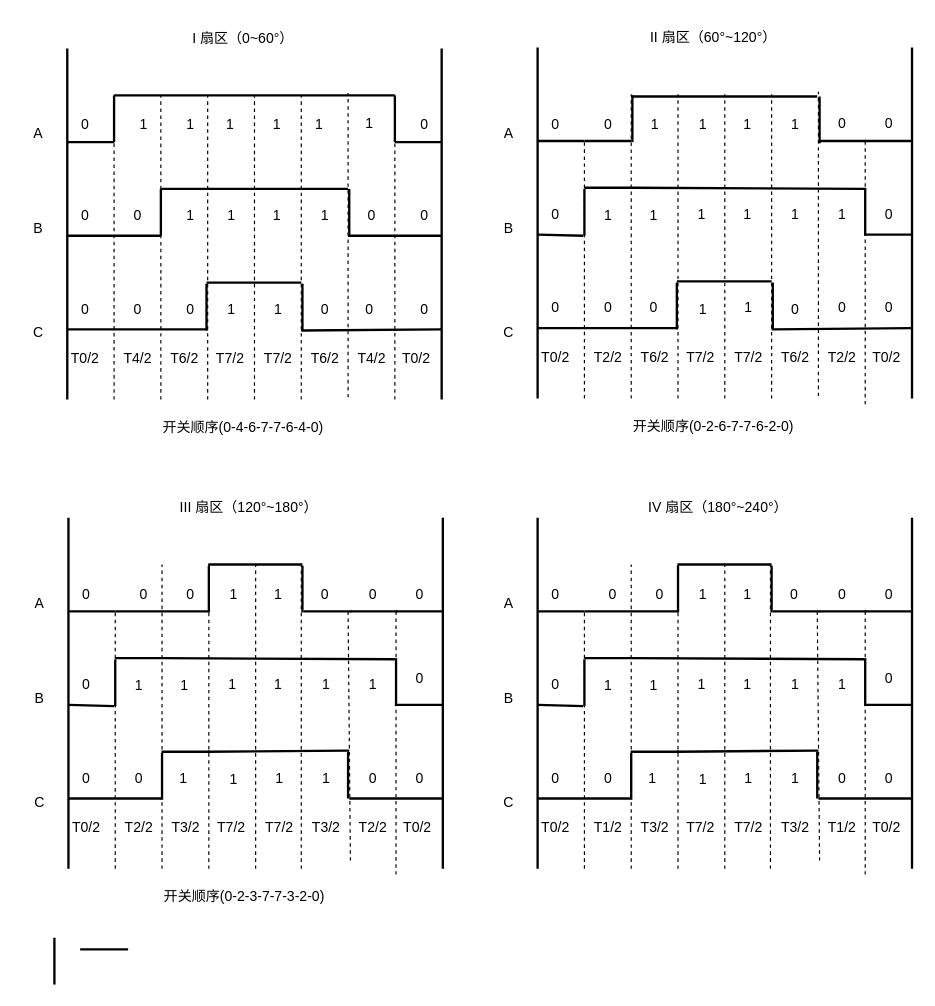
Vinson-001/Blog-flow-chart keeps this draw.io diagram as page "SVPWM 开关时序" (3 of 3) of SVPWM 脉冲调制.drawio. Above is the earlier version. Source tidied: cells renumbered, new cells numbered last; positions are measured from the earlier drawing's top-left corner, leaving out a move shared by most shapes. Both pictures are drawn from the tidied source at 117%, with x=0, y=0 at pixel (20, 20).
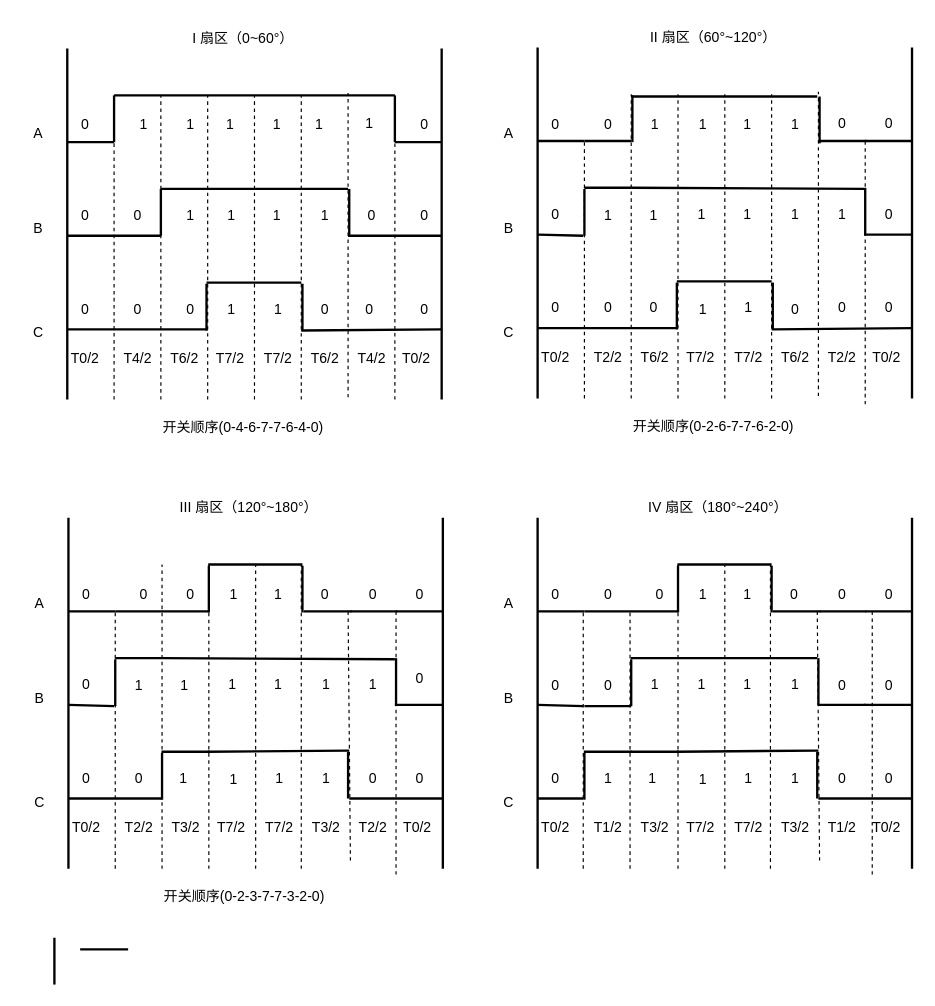
After the change.

Commit message (it also covers changes not shown here):
更新SVPWM 脉冲调制.drawio

What changed in the source:
```diff
@@
     <mxCell id="202" style="endArrow=none;html=1;rounded=0;curved=1;strokeWidth=2;" parent="1" edge="1">
       <mxGeometry relative="1" as="geometry">
-        <mxPoint x="482" y="586" as="sourcePoint" />
-        <mxPoint x="482" y="546" as="targetPoint" />
+        <mxPoint x="522" y="586" as="sourcePoint" />
+        <mxPoint x="522" y="546" as="targetPoint" />
       </mxGeometry>
     </mxCell>
-    <mxCell id="203" style="endArrow=none;html=1;rounded=0;curved=1;strokeWidth=2;" parent="1" edge="1">
-      <mxGeometry relative="1" as="geometry">
-        <mxPoint x="522" y="545" as="sourcePoint" />
-        <mxPoint x="721" y="546" as="targetPoint" />
-      </mxGeometry>
-    </mxCell>
     <mxCell id="204" style="endArrow=none;html=1;rounded=0;curved=1;strokeWidth=2;" parent="1" edge="1">
       <mxGeometry relative="1" as="geometry">
-        <mxPoint x="722" y="585" as="sourcePoint" />
-        <mxPoint x="722" y="545" as="targetPoint" />
+        <mxPoint x="682" y="585" as="sourcePoint" />
+        <mxPoint x="682" y="545" as="targetPoint" />
       </mxGeometry>
     </mxCell>
@@
     <mxCell id="206" style="endArrow=none;html=1;rounded=0;curved=1;strokeWidth=2;" parent="1" edge="1">
       <mxGeometry relative="1" as="geometry">
         <mxPoint x="442" y="665" as="sourcePoint" />
-        <mxPoint x="522" y="665" as="targetPoint" />
+        <mxPoint x="481" y="665" as="targetPoint" />
       </mxGeometry>
     </mxCell>
     <mxCell id="207" value="0" style="text;html=1;align=center;verticalAlign=middle;strokeColor=none;fillColor=none;" parent="1" vertex="1">
-      <mxGeometry x="442" y="553" width="30" height="30" as="geometry" />
+      <mxGeometry x="442" y="554" width="30" height="30" as="geometry" />
     </mxCell>
@@
-    <mxCell id="209" value="1" style="text;html=1;align=center;verticalAlign=middle;strokeColor=none;fillColor=none;" parent="1" vertex="1">
+    <mxCell id="209" value="0" style="text;html=1;align=center;verticalAlign=middle;strokeColor=none;fillColor=none;" parent="1" vertex="1">
       <mxGeometry x="487" y="554" width="30" height="30" as="geometry" />
     </mxCell>
-    <mxCell id="210" value="0" style="text;html=1;align=center;verticalAlign=middle;strokeColor=none;fillColor=none;" parent="1" vertex="1">
+    <mxCell id="210" value="1" style="text;html=1;align=center;verticalAlign=middle;strokeColor=none;fillColor=none;" parent="1" vertex="1">
       <mxGeometry x="487" y="633" width="30" height="30" as="geometry" />
     </mxCell>
     <mxCell id="211" value="1" style="text;html=1;align=center;verticalAlign=middle;strokeColor=none;fillColor=none;" parent="1" vertex="1">
-      <mxGeometry x="526" y="554" width="30" height="30" as="geometry" />
+      <mxGeometry x="527" y="553" width="30" height="30" as="geometry" />
     </mxCell>
@@
     <mxCell id="214" style="endArrow=none;html=1;rounded=0;curved=1;strokeWidth=2;" parent="1" edge="1">
       <mxGeometry relative="1" as="geometry">
-        <mxPoint x="522" y="666" as="sourcePoint" />
-        <mxPoint x="522" y="626" as="targetPoint" />
+        <mxPoint x="482" y="666" as="sourcePoint" />
+        <mxPoint x="482" y="626" as="targetPoint" />
       </mxGeometry>
     </mxCell>
@@
-    <mxCell id="224" value="1" style="text;html=1;align=center;verticalAlign=middle;strokeColor=none;fillColor=none;" parent="1" vertex="1">
-      <mxGeometry x="687" y="553" width="30" height="30" as="geometry" />
+    <mxCell id="224" value="0" style="text;html=1;align=center;verticalAlign=middle;strokeColor=none;fillColor=none;" parent="1" vertex="1">
+      <mxGeometry x="687" y="554" width="30" height="30" as="geometry" />
     </mxCell>
     <mxCell id="225" value="0" style="text;html=1;align=center;verticalAlign=middle;strokeColor=none;fillColor=none;" parent="1" vertex="1">
-      <mxGeometry x="727" y="548" width="30" height="30" as="geometry" />
+      <mxGeometry x="727" y="554" width="30" height="30" as="geometry" />
     </mxCell>
@@
     <mxCell id="238" style="endArrow=none;dashed=1;html=1;rounded=0;curved=1;" parent="1" edge="1">
       <mxGeometry relative="1" as="geometry">
-        <mxPoint x="482" y="725" as="sourcePoint" />
-        <mxPoint x="482" y="505" as="targetPoint" />
+        <mxPoint x="481" y="725" as="sourcePoint" />
+        <mxPoint x="481" y="505" as="targetPoint" />
       </mxGeometry>
     </mxCell>
     <mxCell id="239" style="endArrow=none;dashed=1;html=1;rounded=0;curved=1;" parent="1" edge="1">
       <mxGeometry relative="1" as="geometry">
-        <mxPoint x="522" y="725" as="sourcePoint" />
-        <mxPoint x="522" y="465" as="targetPoint" />
+        <mxPoint x="521" y="725" as="sourcePoint" />
+        <mxPoint x="521" y="504" as="targetPoint" />
       </mxGeometry>
     </mxCell>
@@
     <mxCell id="244" style="endArrow=none;dashed=1;html=1;rounded=0;curved=1;" parent="1" edge="1">
       <mxGeometry relative="1" as="geometry">
-        <mxPoint x="722" y="730" as="sourcePoint" />
-        <mxPoint x="722" y="503" as="targetPoint" />
+        <mxPoint x="728" y="730" as="sourcePoint" />
+        <mxPoint x="728" y="503" as="targetPoint" />
       </mxGeometry>
     </mxCell>
@@
     <mxCell id="246" style="endArrow=none;html=1;rounded=0;curved=1;strokeWidth=2;" parent="1" edge="1">
       <mxGeometry relative="1" as="geometry">
-        <mxPoint x="482" y="545" as="sourcePoint" />
-        <mxPoint x="522" y="545" as="targetPoint" />
+        <mxPoint x="482" y="586" as="sourcePoint" />
+        <mxPoint x="522" y="586" as="targetPoint" />
       </mxGeometry>
     </mxCell>
@@
     <mxCell id="249" value="0" style="text;html=1;align=center;verticalAlign=middle;strokeColor=none;fillColor=none;" parent="1" vertex="1">
-      <mxGeometry x="491" y="476" width="30" height="30" as="geometry" />
+      <mxGeometry x="487" y="476" width="30" height="30" as="geometry" />
     </mxCell>
@@
+    <mxCell id="260" style="endArrow=none;html=1;rounded=0;curved=1;strokeWidth=2;" parent="1" edge="1">
+      <mxGeometry relative="1" as="geometry">
+        <mxPoint x="481.5" y="625" as="sourcePoint" />
+        <mxPoint x="522.5" y="625" as="targetPoint" />
+      </mxGeometry>
+    </mxCell>
+    <mxCell id="261" style="endArrow=none;html=1;rounded=0;curved=1;strokeWidth=2;" parent="1" edge="1">
+      <mxGeometry relative="1" as="geometry">
+        <mxPoint x="521.5" y="545" as="sourcePoint" />
+        <mxPoint x="681" y="545" as="targetPoint" />
+      </mxGeometry>
+    </mxCell>
+    <mxCell id="262" style="endArrow=none;html=1;rounded=0;curved=1;strokeWidth=2;" parent="1" edge="1">
+      <mxGeometry relative="1" as="geometry">
+        <mxPoint x="681.5" y="585" as="sourcePoint" />
+        <mxPoint x="722.5" y="585" as="targetPoint" />
+      </mxGeometry>
+    </mxCell>
```
